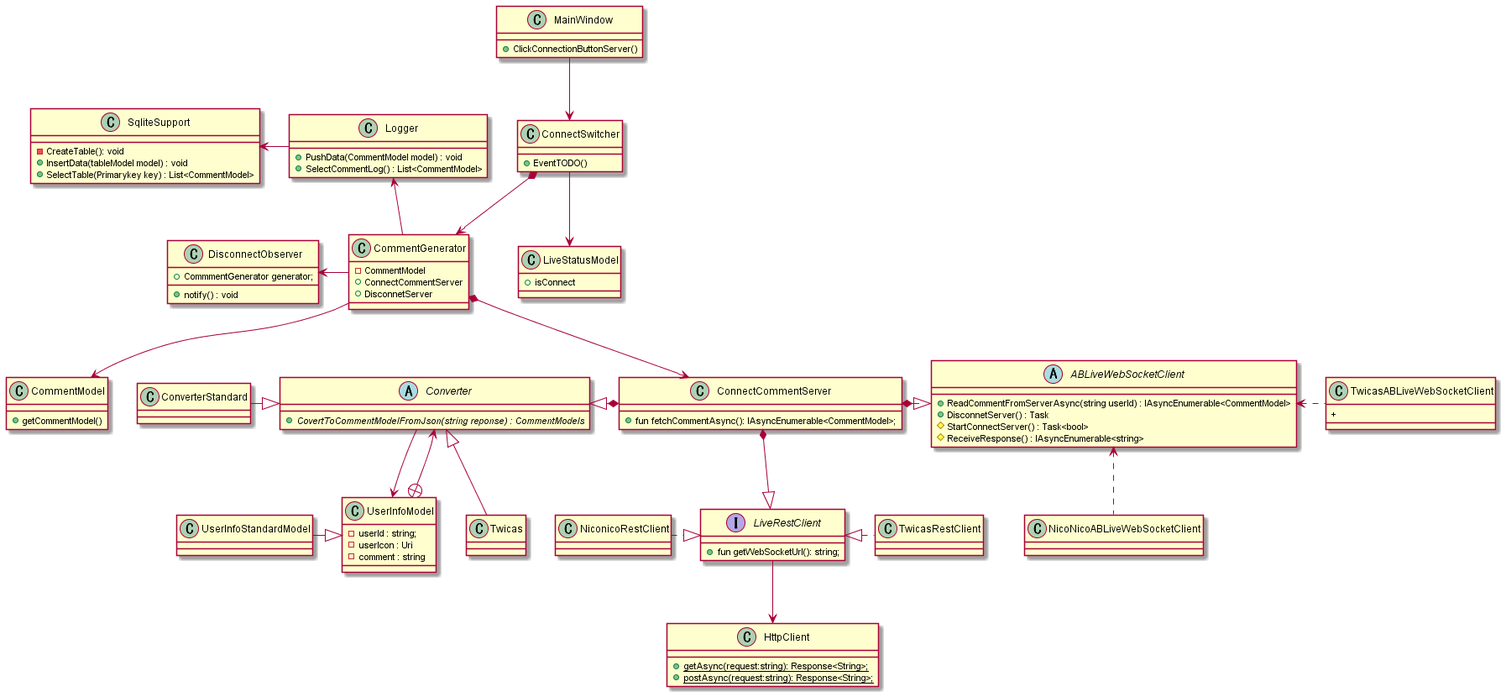
Before: ultra-comment-viewer/out/class-design/model/fetch-comment/コメント取得クラス図.png, a diagram exported from PlantUML (elm-niconico/AppDesign).
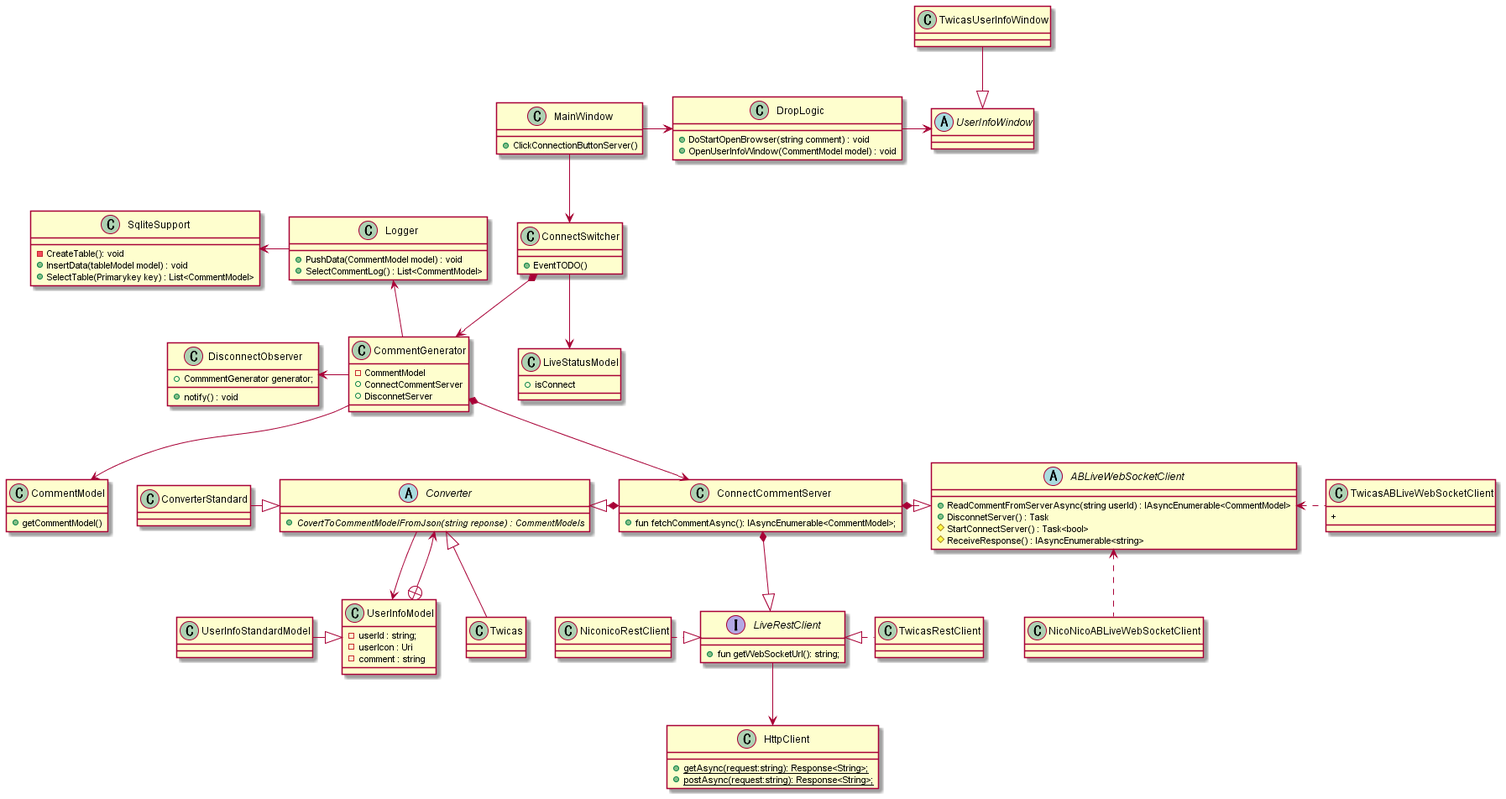
After the change.

Diff of the diagram source:
```diff
@@ -18,6 +18,12 @@
     class ConnectSwitcher{
         + EventTODO()
     }
+
+    abstract class UserInfoWindow{
+
+    }
+
+
 
 
     CommentGenerator --> CommentModel
@@ -57,14 +63,16 @@
     }
     CommentGenerator -left-> DisconnectObserver
 
-
-
     class ConnectCommentServer {
         + fun fetchCommentAsync(): IAsyncEnumerable<CommentModel>;
 
     }
 
+    class DropLogic{
+        + DoStartOpenBrowser(string comment) : void
+        + OpenUserInfoWindow(CommentModel model) : void
 
+    }
 
     interface LiveRestClient{
         + fun getWebSocketUrl(): string;
@@ -77,9 +85,6 @@
         + {static} postAsync(request:string): Response<String>;
     }
 
-
-
-
     abstract class Converter{
         + {abstract} CovertToCommentModelFromJson(string reponse) : CommentModels
     }
@@ -90,9 +95,6 @@
         - userIcon : Uri
         - comment : string
     }
-
-
-
 
     ConnectCommentServer *--|> LiveRestClient
     ConnectCommentServer *-right-|> ABLiveWebSocketClient
@@ -108,10 +110,16 @@
     TwicasRestClient   .left.|>  LiveRestClient
     LiveRestClient -down-> HttpClient
 
-
     ConverterStandard -right-|> Converter
 
     CommentGenerator -up-> Logger
     Logger -left-> SqliteSupport
 
+    MainWindow -right-> DropLogic
+    DropLogic -right-> UserInfoWindow
+
+    TwicasUserInfoWindow --|> UserInfoWindow
+
+
+
 @enduml
```
